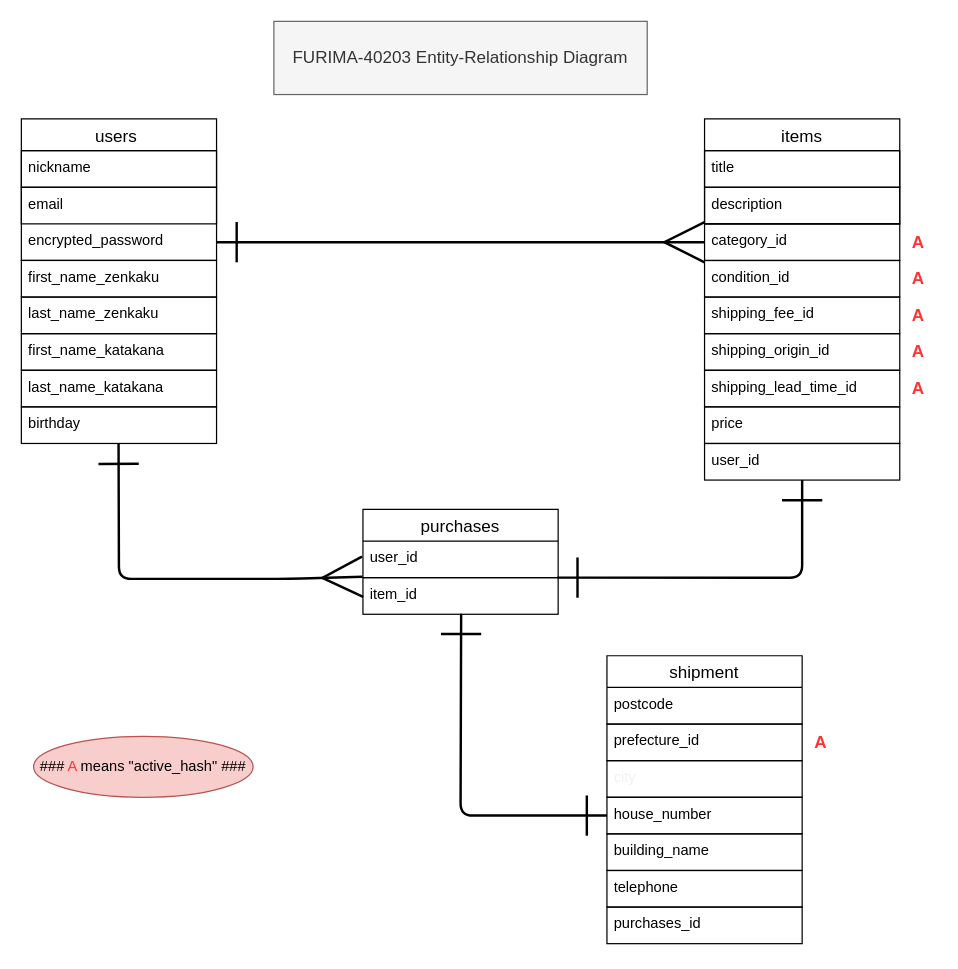
Above: FURIMA-40203.dio in Tatstar2023/furima-40203 (draw.io), before the change. Source tidied: cells renumbered, new cells numbered last; positions are measured from the earlier drawing's top-left corner, leaving out a move shared by most shapes. Both pictures are drawn from the tidied source at 122%, with x=0, y=0 at pixel (21, 21).
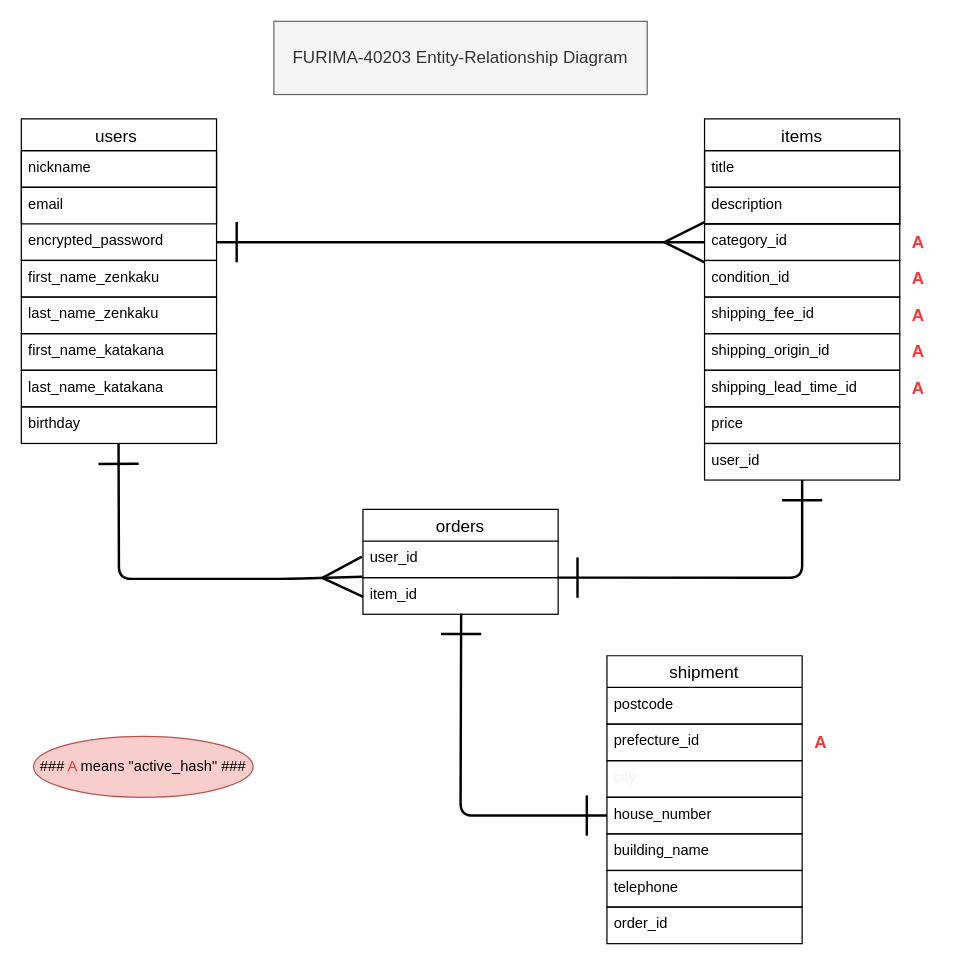
The same page after the edit.

The edit, as a diff of the source:
```diff
@@
-    <mxCell id="6" value="purchases" style="swimlane;fontStyle=0;horizontal=1;startSize=26;align=center;fontSize=14;" parent="1" vertex="1">
+    <mxCell id="6" value="orders" style="swimlane;fontStyle=0;horizontal=1;startSize=26;align=center;fontSize=14;" parent="1" vertex="1">
       <mxGeometry x="280" y="400" width="160" height="56" as="geometry" />
     </mxCell>
@@
-    <mxCell id="34" value="purchases_id" style="text;strokeColor=default;fillColor=none;spacingLeft=4;spacingRight=4;overflow=hidden;fontSize=12;" parent="1" vertex="1">
+    <mxCell id="34" value="order_id" style="text;strokeColor=default;fillColor=none;spacingLeft=4;spacingRight=4;overflow=hidden;fontSize=12;" parent="1" vertex="1">
       <mxGeometry x="480" y="726" width="160" height="30" as="geometry" />
     </mxCell>
```
